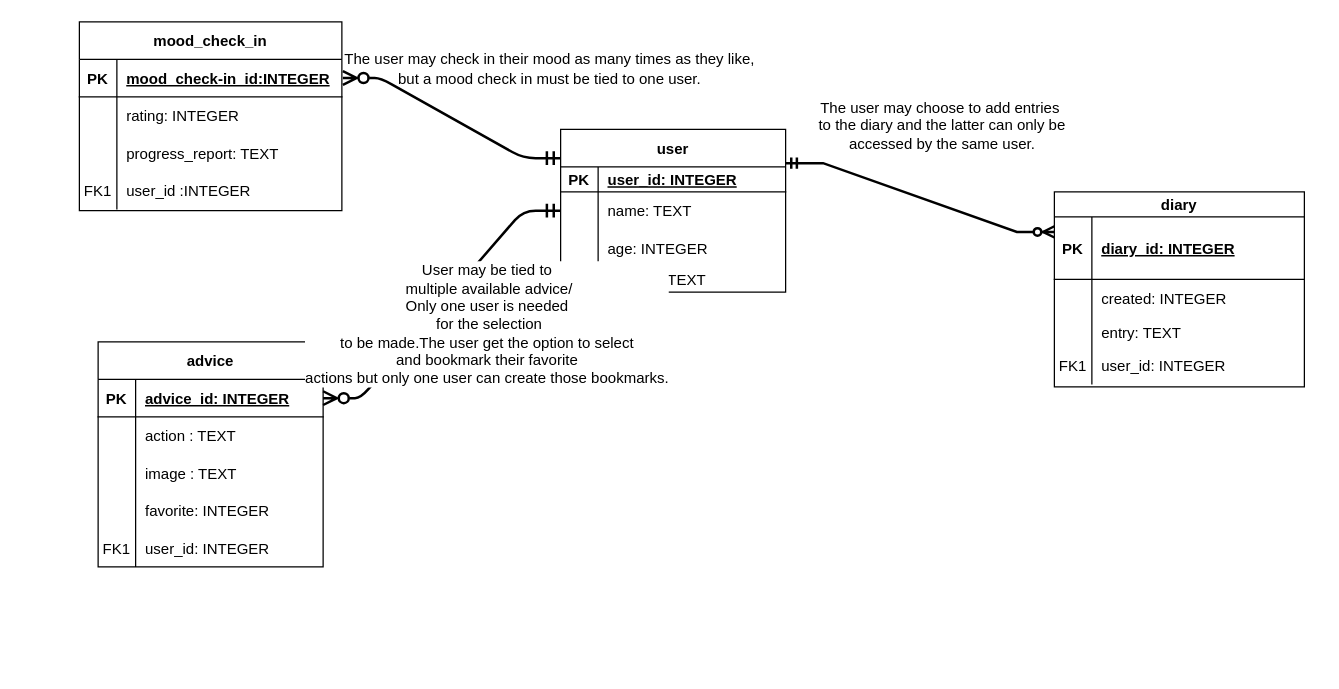
The draw.io diagram docs/work/erd.drawio in ddc-java-15/el-8, before the edit. Source tidied: cells renumbered, new cells numbered last; positions are measured from the earlier drawing's top-left corner, leaving out a move shared by most shapes. Both pictures are drawn from the tidied source at 125%, with x=0, y=0 at pixel (79, 21).
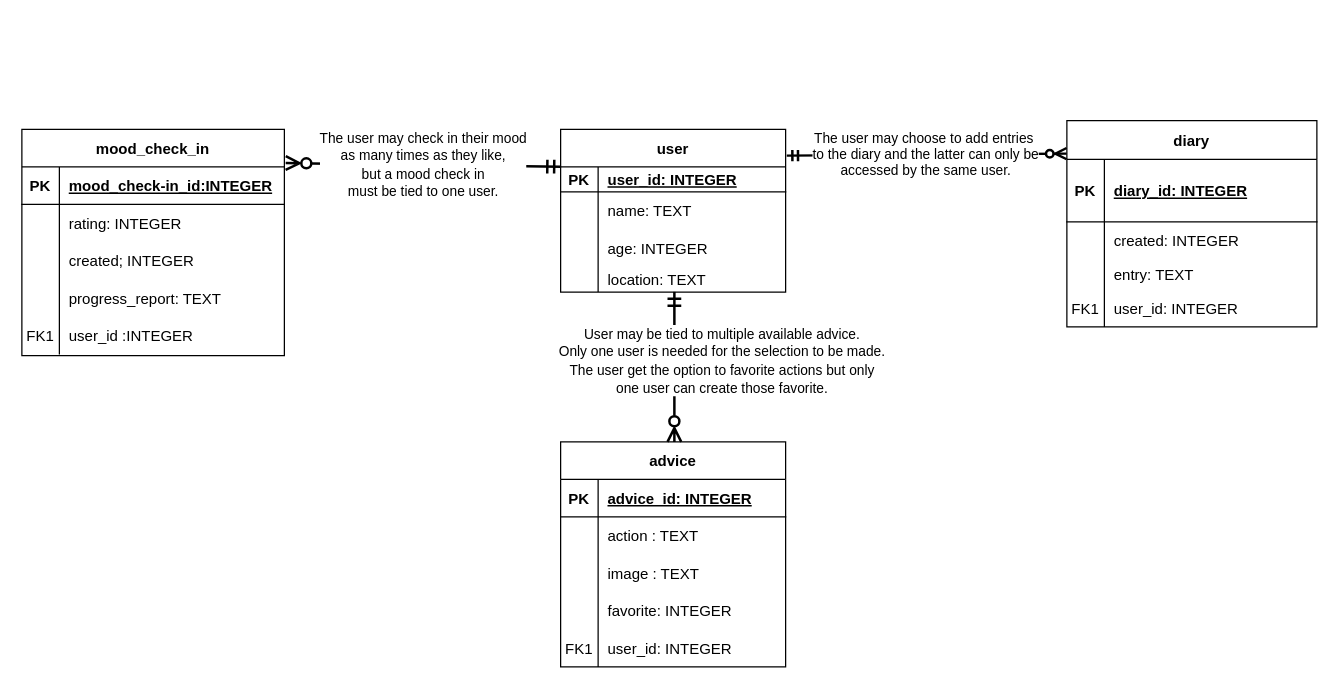
After the change.

The change refers to these unchanged cells:
```xml
<mxCell id="3" style="shape=tableRow;horizontal=0;startSize=0;swimlaneHead=0;swimlaneBody=0;fillColor=none;points=[[0,0.5],[1,0.5]];portConstraint=eastwest;top=0;left=0;right=0;bottom=1;" parent="2" vertex="1">
  <mxGeometry y="30" width="180" height="20" as="geometry" />
</mxCell>
<mxCell id="6" style="shape=tableRow;horizontal=0;startSize=0;swimlaneHead=0;swimlaneBody=0;fillColor=none;points=[[0,0.5],[1,0.5]];portConstraint=eastwest;top=0;left=0;right=0;bottom=0;" parent="2" vertex="1">
  <mxGeometry y="50" width="180" height="30" as="geometry" />
</mxCell>
<mxCell id="16" style="shape=tableRow;horizontal=0;startSize=0;swimlaneHead=0;swimlaneBody=0;fillColor=none;points=[[0,0.5],[1,0.5]];portConstraint=eastwest;top=0;left=0;right=0;bottom=1;" parent="15" vertex="1">
  <mxGeometry y="30" width="180" height="30" as="geometry" />
</mxCell>
<mxCell id="51" style="shape=tableRow;horizontal=0;startSize=0;swimlaneHead=0;swimlaneBody=0;fillColor=none;top=0;left=0;right=0;bottom=0;" parent="44" vertex="1">
  <mxGeometry y="90" width="210" height="30" as="geometry" />
</mxCell>
<mxCell id="54" style="shape=tableRow;horizontal=0;startSize=0;swimlaneHead=0;swimlaneBody=0;fillColor=none;top=0;left=0;right=0;bottom=0;" parent="44" vertex="1">
  <mxGeometry y="120" width="210" height="30" as="geometry" />
</mxCell>
```

Change to the diagram source:
```diff
@@
     <mxCell id="15" value="advice" style="shape=table;startSize=30;childLayout=tableLayout;rowLines=0;fontStyle=1;align=center;" parent="1" vertex="1">
-      <mxGeometry x="15" y="256" width="180" height="180" as="geometry" />
+      <mxGeometry x="385" y="336" width="180" height="180" as="geometry" />
     </mxCell>
@@
-    <mxCell id="31" value="diary" style="shape=table;startSize=20;childLayout=tableLayout;rowLines=0;fontStyle=1;align=center;" parent="1" vertex="1">
-      <mxGeometry x="780" y="136" width="200" height="156" as="geometry" />
+    <mxCell id="31" value="diary" style="shape=table;startSize=31;childLayout=tableLayout;rowLines=0;fontStyle=1;align=center;" parent="1" vertex="1">
+      <mxGeometry x="790" y="79" width="200" height="165" as="geometry" />
     </mxCell>
     <mxCell id="32" style="shape=tableRow;horizontal=0;startSize=0;swimlaneHead=0;swimlaneBody=0;fillColor=none;top=0;left=0;right=0;bottom=1;" parent="31" vertex="1">
-      <mxGeometry y="20" width="200" height="50" as="geometry" />
+      <mxGeometry y="31" width="200" height="50" as="geometry" />
     </mxCell>
@@
     <mxCell id="35" style="shape=tableRow;horizontal=0;startSize=0;swimlaneHead=0;swimlaneBody=0;fillColor=none;top=0;left=0;right=0;bottom=0;" parent="31" vertex="1">
-      <mxGeometry y="70" width="200" height="30" as="geometry" />
+      <mxGeometry y="81" width="200" height="30" as="geometry" />
     </mxCell>
@@
     <mxCell id="38" style="shape=tableRow;horizontal=0;startSize=0;swimlaneHead=0;swimlaneBody=0;fillColor=none;top=0;left=0;right=0;bottom=0;" parent="31" vertex="1">
-      <mxGeometry y="100" width="200" height="24" as="geometry" />
+      <mxGeometry y="111" width="200" height="24" as="geometry" />
     </mxCell>
@@
     <mxCell id="41" style="shape=tableRow;horizontal=0;startSize=0;swimlaneHead=0;swimlaneBody=0;fillColor=none;top=0;left=0;right=0;bottom=0;" parent="31" vertex="1">
-      <mxGeometry y="124" width="200" height="30" as="geometry" />
+      <mxGeometry y="135" width="200" height="30" as="geometry" />
     </mxCell>
@@
     <mxCell id="44" value="mood_check_in" style="shape=table;startSize=30;childLayout=tableLayout;rowLines=0;fontStyle=1;align=center;" parent="1" vertex="1">
-      <mxGeometry width="210" height="151" as="geometry" />
+      <mxGeometry x="-46" y="86" width="210" height="181" as="geometry" />
     </mxCell>
@@
-    <mxCell id="53" value="progress_report: TEXT" style="shape=partialRectangle;fillColor=none;top=0;left=0;bottom=0;right=0;align=left;spacingLeft=6;overflow=hidden;" parent="51" vertex="1">
+    <mxCell id="53" value="created; INTEGER" style="shape=partialRectangle;fillColor=none;top=0;left=0;bottom=0;right=0;align=left;spacingLeft=6;overflow=hidden;" parent="51" vertex="1">
       <mxGeometry x="30" width="180" height="30" as="geometry" />
     </mxCell>
@@
-    <mxCell id="55" value="FK1" style="shape=partialRectangle;fillColor=none;top=0;left=0;bottom=0;right=0;overflow=hidden;" parent="54" vertex="1">
+    <mxCell id="55" style="shape=partialRectangle;fillColor=none;top=0;left=0;bottom=0;right=0;overflow=hidden;" parent="54" vertex="1">
       <mxGeometry width="30" height="30" as="geometry" />
     </mxCell>
-    <mxCell id="56" value="user_id :INTEGER" style="shape=partialRectangle;fillColor=none;top=0;left=0;bottom=0;right=0;align=left;spacingLeft=6;overflow=hidden;" parent="54" vertex="1">
+    <mxCell id="56" value="progress_report: TEXT" style="shape=partialRectangle;fillColor=none;top=0;left=0;bottom=0;right=0;align=left;spacingLeft=6;overflow=hidden;" parent="54" vertex="1">
       <mxGeometry x="30" width="180" height="30" as="geometry" />
     </mxCell>
+    <mxCell id="61" style="shape=tableRow;horizontal=0;startSize=0;swimlaneHead=0;swimlaneBody=0;fillColor=none;top=0;left=0;right=0;bottom=0;" parent="44" vertex="1">
+      <mxGeometry y="150" width="210" height="30" as="geometry" />
+    </mxCell>
+    <mxCell id="62" value="FK1" style="shape=partialRectangle;fillColor=none;top=0;left=0;bottom=0;right=0;overflow=hidden;" parent="61" vertex="1">
+      <mxGeometry width="30" height="30" as="geometry" />
+    </mxCell>
+    <mxCell id="63" value="user_id :INTEGER" style="shape=partialRectangle;fillColor=none;top=0;left=0;bottom=0;right=0;align=left;spacingLeft=6;overflow=hidden;" parent="61" vertex="1">
+      <mxGeometry x="30" width="180" height="30" as="geometry" />
+    </mxCell>
-    <mxCell id="57" value="User may be tied to&lt;br&gt;&amp;nbsp;multiple available advice/&lt;br&gt;Only one user is needed&lt;br&gt;&amp;nbsp;for the selection&lt;br&gt;to be made.&lt;span style=&quot;text-align: left&quot;&gt;The user get the option to select&lt;/span&gt;&lt;br style=&quot;text-align: left&quot;&gt;&lt;span style=&quot;text-align: left&quot;&gt;and bookmark their favorite&lt;/span&gt;&lt;br style=&quot;text-align: left&quot;&gt;&lt;span style=&quot;text-align: left&quot;&gt;actions but only one user can create those bookmarks.&lt;/span&gt;" style="edgeStyle=entityRelationEdgeStyle;fontSize=12;html=1;endArrow=ERzeroToMany;startArrow=ERmandOne;rounded=1;entryX=1;entryY=0.5;entryDx=0;entryDy=0;exitX=0;exitY=0.5;exitDx=0;exitDy=0;strokeWidth=2;endSize=8;startSize=8;endFill=0;" parent="1" edge="1" source="6" target="16">
-      <mxGeometry x="-0.09" y="38" relative="1" as="geometry" />
+    <mxCell id="57" value="&lt;font style=&quot;font-size: 11px&quot;&gt;User may be tied to multiple available advice.&lt;br&gt;Only one user is needed&amp;nbsp;for the selection to be made.&lt;br&gt;&lt;span style=&quot;text-align: left&quot;&gt;The user get the option to&amp;nbsp;&lt;/span&gt;&lt;span style=&quot;text-align: left&quot;&gt;favorite&amp;nbsp;&lt;/span&gt;&lt;span style=&quot;text-align: left&quot;&gt;actions but only &lt;br&gt;one user can create those favorite.&lt;/span&gt;&lt;/font&gt;" style="fontSize=12;html=1;endArrow=ERzeroToMany;startArrow=ERmandOne;rounded=1;strokeWidth=2;endSize=8;startSize=8;endFill=0;" parent="1" edge="1">
+      <mxGeometry x="-0.09" y="38" relative="1" as="geometry">
+        <mxPoint x="476" y="216" as="sourcePoint" />
+        <mxPoint x="476" y="336" as="targetPoint" />
+      </mxGeometry>
     </mxCell>
-    <mxCell id="58" value="The user may choose to add entries&amp;nbsp;&lt;br&gt;to the diary and the latter can only be&lt;br&gt;accessed by the same user." style="edgeStyle=entityRelationEdgeStyle;fontSize=12;html=1;endArrow=ERzeroToMany;startArrow=ERmandOne;rounded=0;exitX=1;exitY=0.5;exitDx=0;exitDy=0;entryX=0;entryY=0.5;entryDx=0;entryDy=0;strokeWidth=2;" parent="1" edge="1">
-      <mxGeometry x="-0.02" y="60" relative="1" as="geometry">
-        <mxPoint x="565" y="113" as="sourcePoint" />
-        <mxPoint x="780" y="168" as="targetPoint" />
-      </mxGeometry>
+    <mxCell id="58" style="fontSize=12;html=1;endArrow=ERzeroToMany;startArrow=ERmandOne;rounded=0;strokeWidth=2;entryX=-0.001;entryY=0.16;entryDx=0;entryDy=0;entryPerimeter=0;exitX=1.005;exitY=-0.45;exitDx=0;exitDy=0;exitPerimeter=0;" parent="1" edge="1" source="3" target="31">
+      <mxGeometry y="59" relative="1" as="geometry" />
     </mxCell>
+    <mxCell id="64" value="&lt;span style=&quot;font-size: 11px;&quot;&gt;The user may choose to add entries&amp;nbsp;&lt;/span&gt;&lt;br style=&quot;font-size: 11px;&quot;&gt;&lt;span style=&quot;font-size: 11px;&quot;&gt;to the diary and the latter can only be&lt;/span&gt;&lt;br style=&quot;font-size: 11px;&quot;&gt;&lt;span style=&quot;font-size: 11px;&quot;&gt;accessed by the same user.&lt;/span&gt;" style="edgeLabel;html=1;align=center;verticalAlign=middle;fontSize=11;" parent="58" vertex="1">
+      <mxGeometry x="-0.1" y="1" relative="1" as="geometry">
+        <mxPoint x="10" as="offset" />
+      </mxGeometry>
+    </mxCell>
-    <mxCell id="59" style="edgeStyle=entityRelationEdgeStyle;fontSize=12;html=1;endArrow=ERmandOne;startArrow=ERzeroToMany;rounded=1;startSize=8;endSize=8;sourcePerimeterSpacing=8;targetPerimeterSpacing=8;strokeWidth=2;jumpSize=11;entryX=0;entryY=0.5;entryDx=0;entryDy=0;exitX=1.004;exitY=-0.137;exitDx=0;exitDy=0;exitPerimeter=0;endFill=0;startFill=0;" parent="1" edge="1">
-      <mxGeometry relative="1" as="geometry">
-        <mxPoint x="210.8" y="44.9" as="sourcePoint" />
-        <mxPoint x="385" y="109" as="targetPoint" />
-      </mxGeometry>
+    <mxCell id="59" value="&lt;font style=&quot;font-size: 11px&quot;&gt;The user may check in their mood&lt;br&gt;as many times as they like,&lt;br&gt;but a mood check in &lt;br&gt;must be tied to one user.&lt;/font&gt;" style="fontSize=12;html=1;endArrow=ERmandOne;startArrow=ERzeroToMany;rounded=1;startSize=8;endSize=8;sourcePerimeterSpacing=8;targetPerimeterSpacing=8;strokeWidth=2;jumpSize=11;endFill=0;startFill=0;entryX=0.002;entryY=-0.006;entryDx=0;entryDy=0;entryPerimeter=0;exitX=1.005;exitY=0.149;exitDx=0;exitDy=0;exitPerimeter=0;" parent="1" edge="1" source="44" target="3">
+      <mxGeometry relative="1" as="geometry" />
     </mxCell>
-    <mxCell id="60" value="&lt;span style=&quot;font-size: 12px&quot;&gt;The user may check in their mood as many times as they like,&lt;/span&gt;&lt;br style=&quot;font-size: 12px&quot;&gt;&lt;span style=&quot;font-size: 12px&quot;&gt;but a mood check in must be tied to one user.&lt;/span&gt;" style="text;html=1;align=center;verticalAlign=middle;strokeColor=none;fillColor=none;fontSize=13;" parent="1" vertex="1">
-      <mxGeometry x="207" y="18" width="338" height="38" as="geometry" />
-    </mxCell>
```
